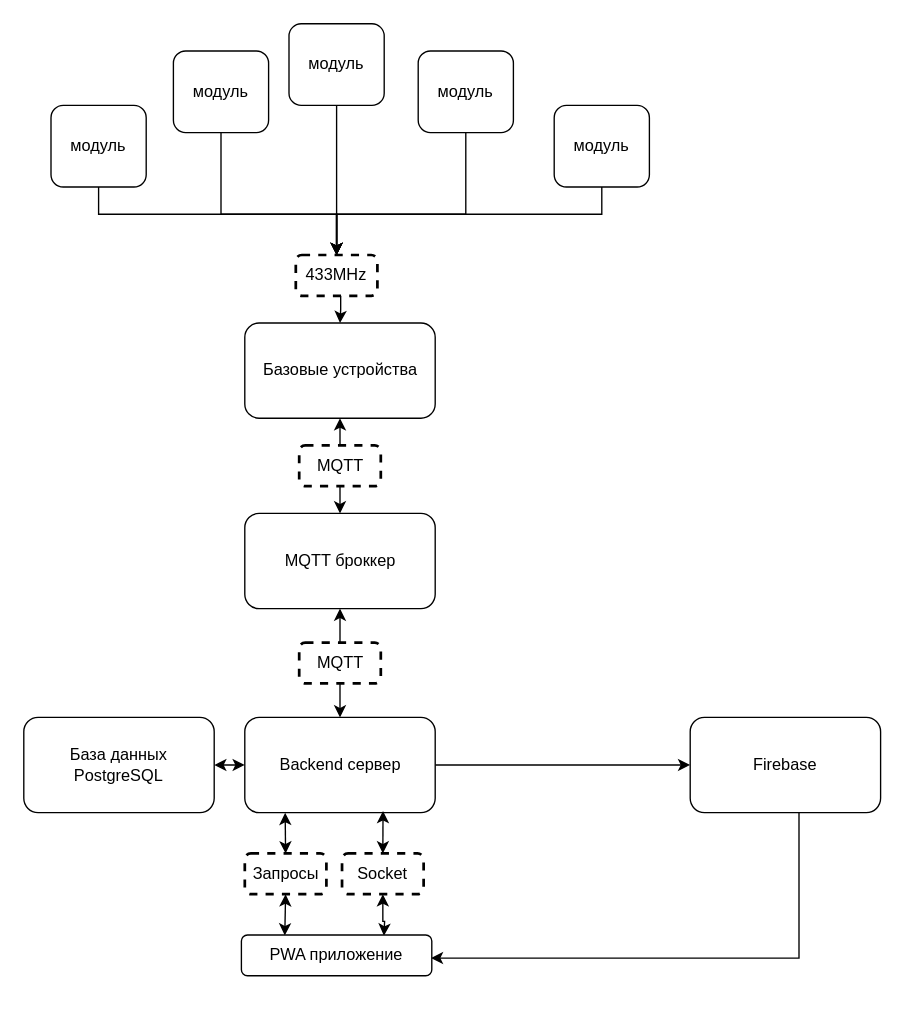
PavelG1307/FifthFloorDevice keeps this draw.io diagram as Global.drawio. Above is the earlier version. Source tidied: cells renumbered, new cells numbered last; positions are measured from the earlier drawing's top-left corner, leaving out a move shared by most shapes. Both pictures are drawn from the tidied source at 136%, with x=0, y=0 at pixel (23, 23).
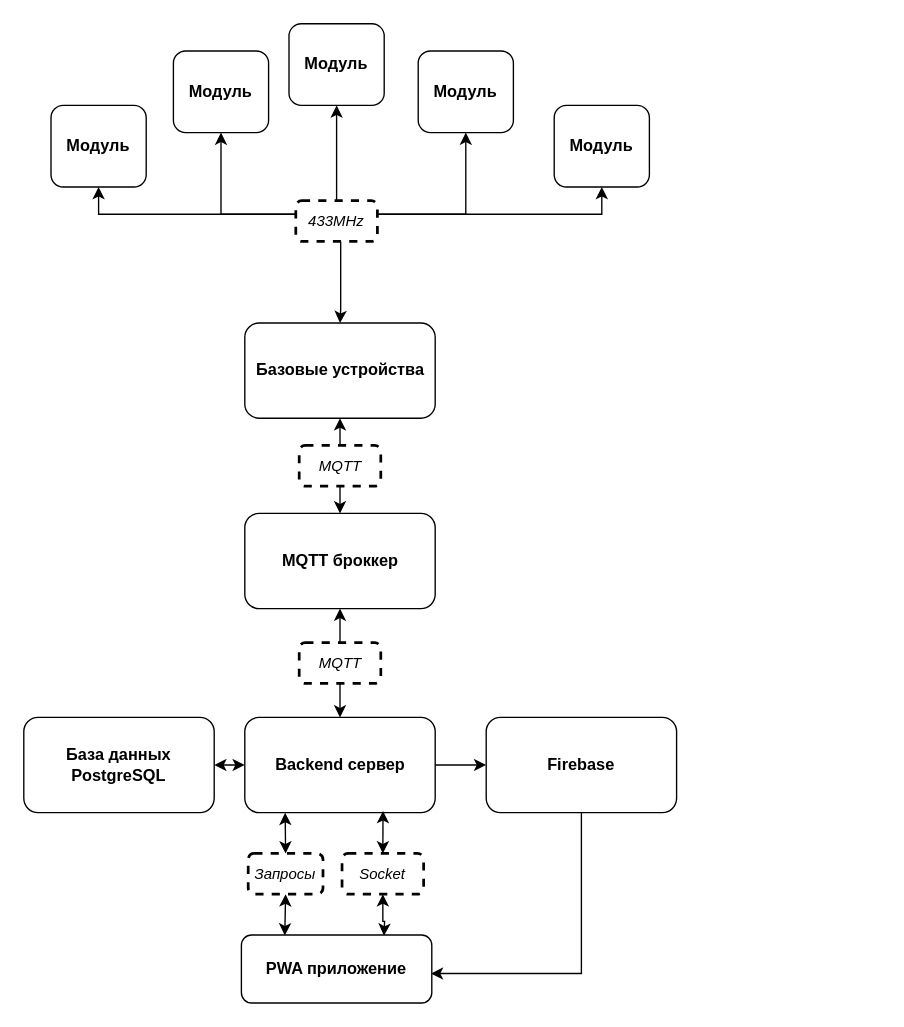
After the change.

What changed in the source:
```diff
@@
-    <mxCell id="3" value="Базовые устройства" style="rounded=1;whiteSpace=wrap;html=1;" parent="1" vertex="1">
+    <mxCell id="3" value="Базовые устройства" style="rounded=1;whiteSpace=wrap;html=1;fontStyle=1;" parent="1" vertex="1">
       <mxGeometry x="162.5" y="220" width="140" height="70" as="geometry" />
     </mxCell>
-    <mxCell id="4" style="edgeStyle=orthogonalEdgeStyle;rounded=0;jettySize=auto;html=1;exitX=0.5;exitY=1;exitDx=0;exitDy=0;entryX=0.5;entryY=0;entryDx=0;entryDy=0;" parent="1" edge="1" source="5" target="15">
+    <mxCell id="4" style="edgeStyle=orthogonalEdgeStyle;rounded=0;jettySize=auto;html=1;exitX=0.5;exitY=1;exitDx=0;exitDy=0;entryX=0.5;entryY=0;entryDx=0;entryDy=0;endArrow=none;endFill=0;startArrow=classic;startFill=1;" parent="1" edge="1" source="5" target="15">
       <mxGeometry relative="1" as="geometry">
         <Array as="points">
           <mxPoint x="55" y="140" />
           <mxPoint x="230" y="140" />
         </Array>
       </mxGeometry>
     </mxCell>
-    <mxCell id="5" value="модуль" style="rounded=1;whiteSpace=wrap;html=1;" parent="1" vertex="1">
+    <mxCell id="5" value="Модуль" style="rounded=1;whiteSpace=wrap;html=1;fontStyle=1;" parent="1" vertex="1">
       <mxGeometry x="20" y="60" width="70" height="60" as="geometry" />
     </mxCell>
-    <mxCell id="6" style="edgeStyle=orthogonalEdgeStyle;rounded=0;jettySize=auto;html=1;entryX=0.5;entryY=0;entryDx=0;entryDy=0;" parent="1" edge="1" source="7" target="15">
+    <mxCell id="6" style="edgeStyle=orthogonalEdgeStyle;rounded=0;jettySize=auto;html=1;entryX=0.5;entryY=0;entryDx=0;entryDy=0;endArrow=none;endFill=0;startArrow=classic;startFill=1;" parent="1" edge="1" source="7" target="15">
       <mxGeometry relative="1" as="geometry">
         <Array as="points">
           <mxPoint x="145" y="140" />
           <mxPoint x="230" y="140" />
         </Array>
       </mxGeometry>
     </mxCell>
-    <mxCell id="7" value="модуль" style="rounded=1;whiteSpace=wrap;html=1;" parent="1" vertex="1">
+    <mxCell id="7" value="&lt;span style=&quot;font-weight: 700;&quot;&gt;Модуль&lt;/span&gt;" style="rounded=1;whiteSpace=wrap;html=1;" parent="1" vertex="1">
       <mxGeometry x="110" y="20" width="70" height="60" as="geometry" />
     </mxCell>
-    <mxCell id="8" style="edgeStyle=orthogonalEdgeStyle;rounded=0;jettySize=auto;html=1;entryX=0.5;entryY=0;entryDx=0;entryDy=0;" parent="1" edge="1" source="9" target="15">
+    <mxCell id="8" style="edgeStyle=orthogonalEdgeStyle;rounded=0;jettySize=auto;html=1;entryX=0.5;entryY=0;entryDx=0;entryDy=0;endArrow=none;endFill=0;startArrow=classic;startFill=1;" parent="1" edge="1" source="9" target="15">
       <mxGeometry relative="1" as="geometry" />
     </mxCell>
-    <mxCell id="9" value="модуль" style="rounded=1;whiteSpace=wrap;html=1;" parent="1" vertex="1">
+    <mxCell id="9" value="&lt;span style=&quot;font-weight: 700;&quot;&gt;Модуль&lt;/span&gt;" style="rounded=1;whiteSpace=wrap;html=1;" parent="1" vertex="1">
       <mxGeometry x="195" width="70" height="60" as="geometry" />
     </mxCell>
-    <mxCell id="10" style="edgeStyle=orthogonalEdgeStyle;rounded=0;jettySize=auto;html=1;entryX=0.5;entryY=0;entryDx=0;entryDy=0;" parent="1" edge="1" source="11" target="15">
+    <mxCell id="10" style="edgeStyle=orthogonalEdgeStyle;rounded=0;jettySize=auto;html=1;entryX=0.5;entryY=0;entryDx=0;entryDy=0;startArrow=classic;startFill=1;endArrow=none;endFill=0;" parent="1" edge="1" source="11" target="15">
       <mxGeometry relative="1" as="geometry">
         <Array as="points">
           <mxPoint x="325" y="140" />
           <mxPoint x="230" y="140" />
         </Array>
       </mxGeometry>
     </mxCell>
-    <mxCell id="11" value="модуль" style="rounded=1;whiteSpace=wrap;html=1;" parent="1" vertex="1">
+    <mxCell id="11" value="&lt;span style=&quot;font-weight: 700;&quot;&gt;Модуль&lt;/span&gt;" style="rounded=1;whiteSpace=wrap;html=1;" parent="1" vertex="1">
       <mxGeometry x="290" y="20" width="70" height="60" as="geometry" />
     </mxCell>
-    <mxCell id="12" style="edgeStyle=orthogonalEdgeStyle;rounded=0;jettySize=auto;html=1;entryX=0.5;entryY=0;entryDx=0;entryDy=0;" parent="1" edge="1" source="13" target="15">
+    <mxCell id="12" style="edgeStyle=orthogonalEdgeStyle;rounded=0;jettySize=auto;html=1;entryX=0.5;entryY=0;entryDx=0;entryDy=0;startArrow=classic;startFill=1;endArrow=none;endFill=0;" parent="1" edge="1" source="13" target="15">
       <mxGeometry relative="1" as="geometry">
         <Array as="points">
           <mxPoint x="425" y="140" />
           <mxPoint x="230" y="140" />
         </Array>
       </mxGeometry>
     </mxCell>
-    <mxCell id="13" value="модуль" style="rounded=1;whiteSpace=wrap;html=1;" parent="1" vertex="1">
+    <mxCell id="13" value="&lt;span style=&quot;font-weight: 700;&quot;&gt;Модуль&lt;/span&gt;" style="rounded=1;whiteSpace=wrap;html=1;" parent="1" vertex="1">
       <mxGeometry x="390" y="60" width="70" height="60" as="geometry" />
     </mxCell>
@@
-    <mxCell id="15" value="433MHz" style="rounded=1;whiteSpace=wrap;html=1;dashed=1;perimeterSpacing=0;strokeWidth=2;" parent="1" vertex="1">
-      <mxGeometry x="200" y="170" width="60" height="30" as="geometry" />
+    <mxCell id="15" value="433MHz" style="rounded=1;whiteSpace=wrap;html=1;dashed=1;perimeterSpacing=0;strokeWidth=2;fontStyle=2;fontSize=11;" parent="1" vertex="1">
+      <mxGeometry x="200" y="130" width="60" height="30" as="geometry" />
     </mxCell>
@@
-    <mxCell id="17" value="MQTT броккер" style="rounded=1;whiteSpace=wrap;html=1;" parent="1" vertex="1">
+    <mxCell id="17" value="MQTT броккер" style="rounded=1;whiteSpace=wrap;html=1;fontStyle=1;" parent="1" vertex="1">
       <mxGeometry x="162.5" y="360" width="140" height="70" as="geometry" />
     </mxCell>
@@
-    <mxCell id="19" value="MQTT" style="rounded=1;whiteSpace=wrap;html=1;dashed=1;perimeterSpacing=0;strokeWidth=2;" parent="1" vertex="1">
+    <mxCell id="19" value="MQTT" style="rounded=1;whiteSpace=wrap;html=1;dashed=1;perimeterSpacing=0;strokeWidth=2;fontStyle=2;fontSize=11;" parent="1" vertex="1">
       <mxGeometry x="202.5" y="310" width="60" height="30" as="geometry" />
     </mxCell>
@@
-    <mxCell id="21" value="Backend сервер" style="rounded=1;whiteSpace=wrap;html=1;" parent="1" vertex="1">
+    <mxCell id="21" value="Backend сервер" style="rounded=1;whiteSpace=wrap;html=1;fontStyle=1;" parent="1" vertex="1">
       <mxGeometry x="162.5" y="510" width="140" height="70" as="geometry" />
     </mxCell>
@@
-    <mxCell id="23" value="База данных&lt;br&gt;PostgreSQL" style="rounded=1;whiteSpace=wrap;html=1;" parent="1" vertex="1">
+    <mxCell id="23" value="База данных&lt;br&gt;PostgreSQL" style="rounded=1;whiteSpace=wrap;html=1;fontStyle=1;" parent="1" vertex="1">
       <mxGeometry y="510" width="140" height="70" as="geometry" />
     </mxCell>
-    <mxCell id="24" value="MQTT" style="rounded=1;whiteSpace=wrap;html=1;dashed=1;perimeterSpacing=0;strokeWidth=2;" parent="1" vertex="1">
+    <mxCell id="24" value="MQTT" style="rounded=1;whiteSpace=wrap;html=1;dashed=1;perimeterSpacing=0;strokeWidth=2;fontStyle=2;fontSize=11;" parent="1" vertex="1">
       <mxGeometry x="202.5" y="455" width="60" height="30" as="geometry" />
     </mxCell>
@@
     <mxCell id="26" style="edgeStyle=orthogonalEdgeStyle;rounded=0;jettySize=auto;html=1;entryX=0.995;entryY=0.566;entryDx=0;entryDy=0;entryPerimeter=0;fontSize=10;startArrow=none;startFill=0;endArrow=classic;endFill=1;" parent="1" edge="1" source="27" target="34">
       <mxGeometry relative="1" as="geometry">
         <Array as="points">
-          <mxPoint x="570" y="687" />
+          <mxPoint x="410" y="698" />
         </Array>
       </mxGeometry>
     </mxCell>
-    <mxCell id="27" value="Firebase" style="rounded=1;whiteSpace=wrap;html=1;" parent="1" vertex="1">
-      <mxGeometry x="490" y="510" width="140" height="70" as="geometry" />
+    <mxCell id="27" value="Firebase" style="rounded=1;whiteSpace=wrap;html=1;fontStyle=1;" parent="1" vertex="1">
+      <mxGeometry x="340" y="510" width="140" height="70" as="geometry" />
     </mxCell>
@@
-    <mxCell id="30" value="Socket" style="rounded=1;whiteSpace=wrap;html=1;dashed=1;perimeterSpacing=0;strokeWidth=2;" parent="1" vertex="1">
+    <mxCell id="30" value="Socket" style="rounded=1;whiteSpace=wrap;html=1;dashed=1;perimeterSpacing=0;strokeWidth=2;fontStyle=2;fontSize=11;" parent="1" vertex="1">
       <mxGeometry x="234" y="610" width="60" height="30" as="geometry" />
     </mxCell>
@@
-    <mxCell id="33" value="Запросы" style="rounded=1;whiteSpace=wrap;html=1;dashed=1;perimeterSpacing=0;strokeWidth=2;" parent="1" vertex="1">
-      <mxGeometry x="162.5" y="610" width="60" height="30" as="geometry" />
+    <mxCell id="33" value="Запросы" style="rounded=1;whiteSpace=wrap;html=1;dashed=1;perimeterSpacing=0;strokeWidth=2;fontStyle=2;fontSize=11;" parent="1" vertex="1">
+      <mxGeometry x="165" y="610" width="55" height="30" as="geometry" />
     </mxCell>
-    <mxCell id="34" value="PWA приложение" style="rounded=1;whiteSpace=wrap;html=1;" parent="1" vertex="1">
-      <mxGeometry x="160" y="670" width="140" height="30" as="geometry" />
+    <mxCell id="34" value="PWA приложение" style="rounded=1;whiteSpace=wrap;html=1;fontStyle=1;" parent="1" vertex="1">
+      <mxGeometry x="160" y="670" width="140" height="50" as="geometry" />
     </mxCell>
```
